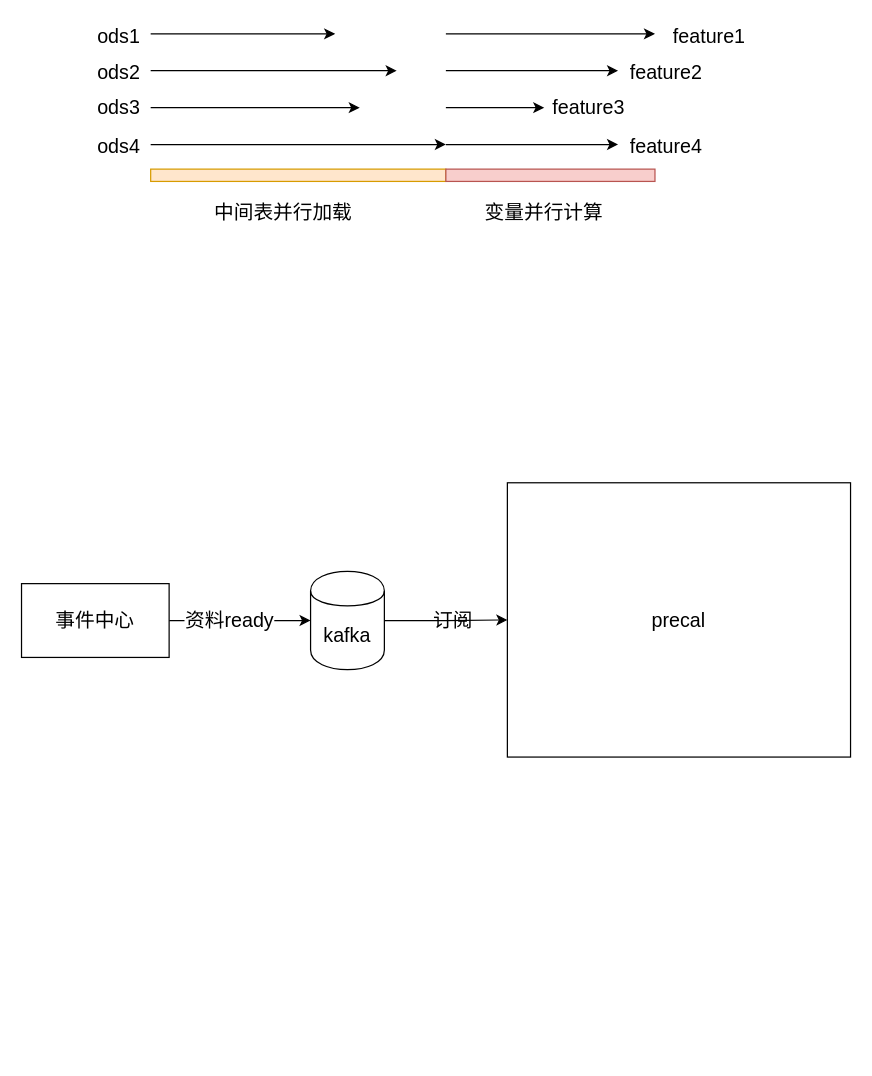
Earlier version of the draw.io diagram wacai-preload.drawio (jintianfan/draw-arc). Source tidied: cells renumbered, new cells numbered last; positions are measured from the earlier drawing's top-left corner, leaving out a move shared by most shapes. Both pictures are drawn from the tidied source at 123%, with x=0, y=0 at pixel (21, 21).
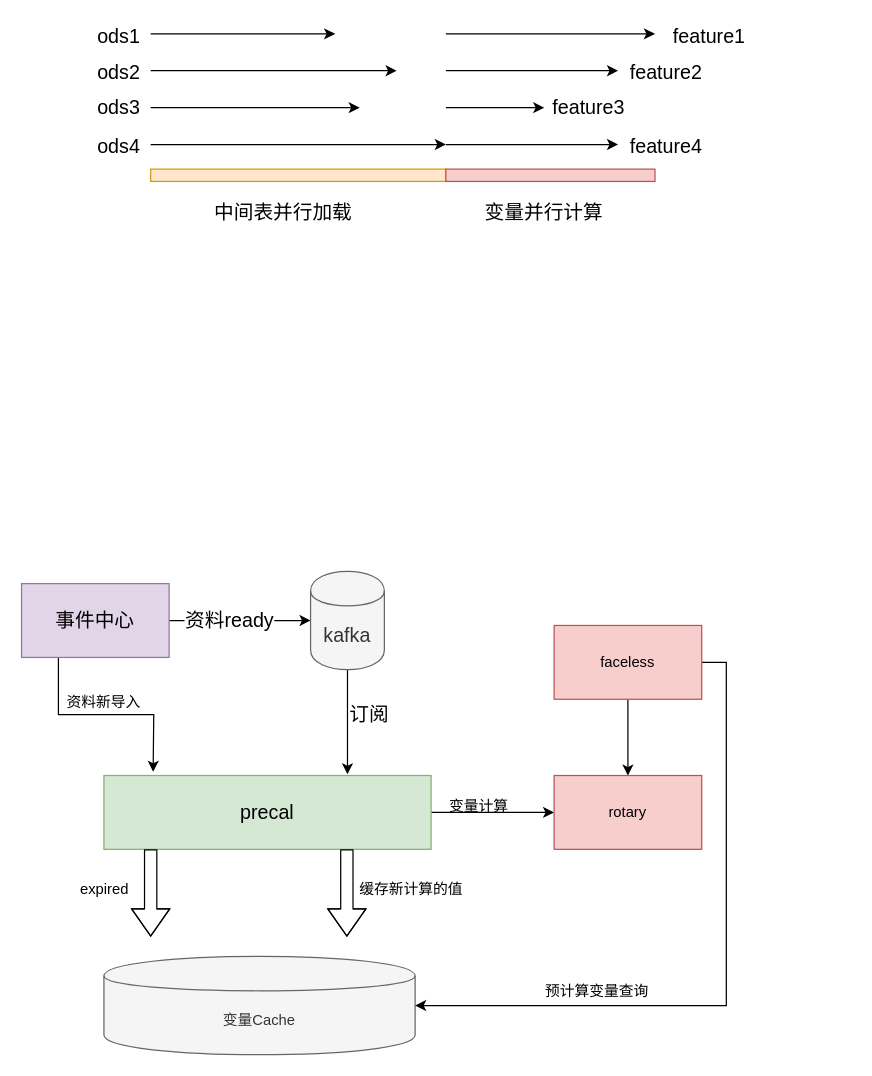
After the change.

Change to the diagram source:
```diff
@@
+    <mxCell id="29" style="edgeStyle=orthogonalEdgeStyle;rounded=0;jettySize=auto;html=1;exitX=0.25;exitY=1;exitDx=0;exitDy=0;" parent="1" edge="1" source="24">
+      <mxGeometry relative="1" as="geometry">
+        <mxPoint x="107" y="610" as="targetPoint" />
+      </mxGeometry>
+    </mxCell>
-    <mxCell id="24" value="事件中心" style="rounded=0;whiteSpace=wrap;html=1;fontSize=16;" parent="1" vertex="1">
+    <mxCell id="24" value="事件中心" style="rounded=0;whiteSpace=wrap;html=1;fontSize=16;fillColor=#e1d5e7;strokeColor=#9673a6;" parent="1" vertex="1">
       <mxGeometry y="457" width="120" height="60" as="geometry" />
     </mxCell>
+    <mxCell id="30" style="edgeStyle=orthogonalEdgeStyle;rounded=0;jettySize=auto;html=1;exitX=1;exitY=0.5;exitDx=0;exitDy=0;entryX=0;entryY=0.5;entryDx=0;entryDy=0;" parent="1" edge="1" source="25" target="38">
+      <mxGeometry relative="1" as="geometry" />
+    </mxCell>
-    <mxCell id="25" value="precal" style="rounded=0;whiteSpace=wrap;html=1;fontSize=16;" parent="1" vertex="1">
-      <mxGeometry x="395" y="375" width="279" height="223" as="geometry" />
+    <mxCell id="25" value="precal" style="rounded=0;whiteSpace=wrap;html=1;fontSize=16;fillColor=#d5e8d4;strokeColor=#82b366;" parent="1" vertex="1">
+      <mxGeometry x="67" y="613" width="266" height="60" as="geometry" />
     </mxCell>
-    <mxCell id="26" style="edgeStyle=orthogonalEdgeStyle;rounded=0;jettySize=auto;html=1;exitX=1;exitY=0.5;exitDx=0;exitDy=0;fontSize=16;" parent="1" edge="1" source="27" target="25">
-      <mxGeometry relative="1" as="geometry" />
-    </mxCell>
+    <mxCell id="31" style="edgeStyle=orthogonalEdgeStyle;rounded=0;jettySize=auto;html=1;exitX=0.5;exitY=1;exitDx=0;exitDy=0;" parent="1" edge="1" source="27">
+      <mxGeometry relative="1" as="geometry">
+        <mxPoint x="265" y="612" as="targetPoint" />
+      </mxGeometry>
+    </mxCell>
-    <mxCell id="27" value="kafka" style="shape=cylinder;whiteSpace=wrap;html=1;boundedLbl=1;backgroundOutline=1;fontSize=16;" parent="1" vertex="1">
+    <mxCell id="27" value="kafka" style="shape=cylinder;whiteSpace=wrap;html=1;boundedLbl=1;backgroundOutline=1;fontSize=16;fillColor=#f5f5f5;strokeColor=#666666;fontColor=#333333;" parent="1" vertex="1">
       <mxGeometry x="235" y="447" width="60" height="80" as="geometry" />
     </mxCell>
     <mxCell id="28" value="订阅" style="text;html=1;align=left;verticalAlign=top;spacingTop=-4;fontSize=16;" parent="1" vertex="1">
-      <mxGeometry x="333" y="475" width="42" height="19" as="geometry" />
+      <mxGeometry x="265" y="551" width="42" height="19" as="geometry" />
     </mxCell>
+    <mxCell id="32" value="变量Cache" style="shape=cylinder;whiteSpace=wrap;html=1;boundedLbl=1;backgroundOutline=1;fillColor=#f5f5f5;strokeColor=#666666;fontColor=#333333;" parent="1" vertex="1">
+      <mxGeometry x="67" y="760" width="253" height="80" as="geometry" />
+    </mxCell>
+    <mxCell id="33" value="资料新导入" style="text;html=1;align=left;verticalAlign=top;spacingTop=-4;" parent="1" vertex="1">
+      <mxGeometry x="35" y="544" width="70" height="14" as="geometry" />
+    </mxCell>
+    <mxCell id="34" value="expired" style="text;html=1;align=left;verticalAlign=top;spacingTop=-4;" parent="1" vertex="1">
+      <mxGeometry x="45.5" y="696" width="49" height="14" as="geometry" />
+    </mxCell>
+    <mxCell id="35" style="shape=flexArrow;endArrow=classic;html=1;width=10;endSize=7;" parent="1" edge="1">
+      <mxGeometry relative="1" as="geometry">
+        <mxPoint x="264.5" y="673" as="sourcePoint" />
+        <mxPoint x="264.5" y="744" as="targetPoint" />
+        <Array as="points">
+          <mxPoint x="264.5" y="704" />
+        </Array>
+      </mxGeometry>
+    </mxCell>
+    <mxCell id="36" style="shape=flexArrow;endArrow=classic;html=1;width=10;endSize=7;" parent="1" edge="1">
+      <mxGeometry relative="1" as="geometry">
+        <mxPoint x="105" y="673" as="sourcePoint" />
+        <mxPoint x="105" y="744" as="targetPoint" />
+        <Array as="points">
+          <mxPoint x="105" y="704" />
+        </Array>
+      </mxGeometry>
+    </mxCell>
+    <mxCell id="37" value="缓存新计算的值" style="text;html=1;align=left;verticalAlign=top;spacingTop=-4;" parent="1" vertex="1">
+      <mxGeometry x="273" y="696" width="94" height="14" as="geometry" />
+    </mxCell>
+    <mxCell id="38" value="rotary" style="rounded=0;whiteSpace=wrap;html=1;fillColor=#f8cecc;strokeColor=#b85450;" parent="1" vertex="1">
+      <mxGeometry x="433" y="613" width="120" height="60" as="geometry" />
+    </mxCell>
+    <mxCell id="39" value="变量计算" style="text;html=1;align=left;verticalAlign=top;spacingTop=-4;" parent="1" vertex="1">
+      <mxGeometry x="346" y="628" width="58" height="14" as="geometry" />
+    </mxCell>
+    <mxCell id="40" style="edgeStyle=orthogonalEdgeStyle;rounded=0;jettySize=auto;html=1;exitX=0.5;exitY=1;exitDx=0;exitDy=0;" parent="1" edge="1" source="42" target="38">
+      <mxGeometry relative="1" as="geometry" />
+    </mxCell>
+    <mxCell id="41" style="edgeStyle=orthogonalEdgeStyle;rounded=0;jettySize=auto;html=1;exitX=1;exitY=0.5;exitDx=0;exitDy=0;entryX=1;entryY=0.5;entryDx=0;entryDy=0;" parent="1" edge="1" source="42" target="32">
+      <mxGeometry relative="1" as="geometry" />
+    </mxCell>
+    <mxCell id="42" value="faceless" style="rounded=0;whiteSpace=wrap;html=1;fillColor=#f8cecc;strokeColor=#b85450;" parent="1" vertex="1">
+      <mxGeometry x="433" y="491" width="120" height="60" as="geometry" />
+    </mxCell>
+    <mxCell id="43" value="预计算变量查询" style="text;html=1;align=left;verticalAlign=top;spacingTop=-4;" parent="1" vertex="1">
+      <mxGeometry x="424" y="779" width="94" height="14" as="geometry" />
+    </mxCell>
```
